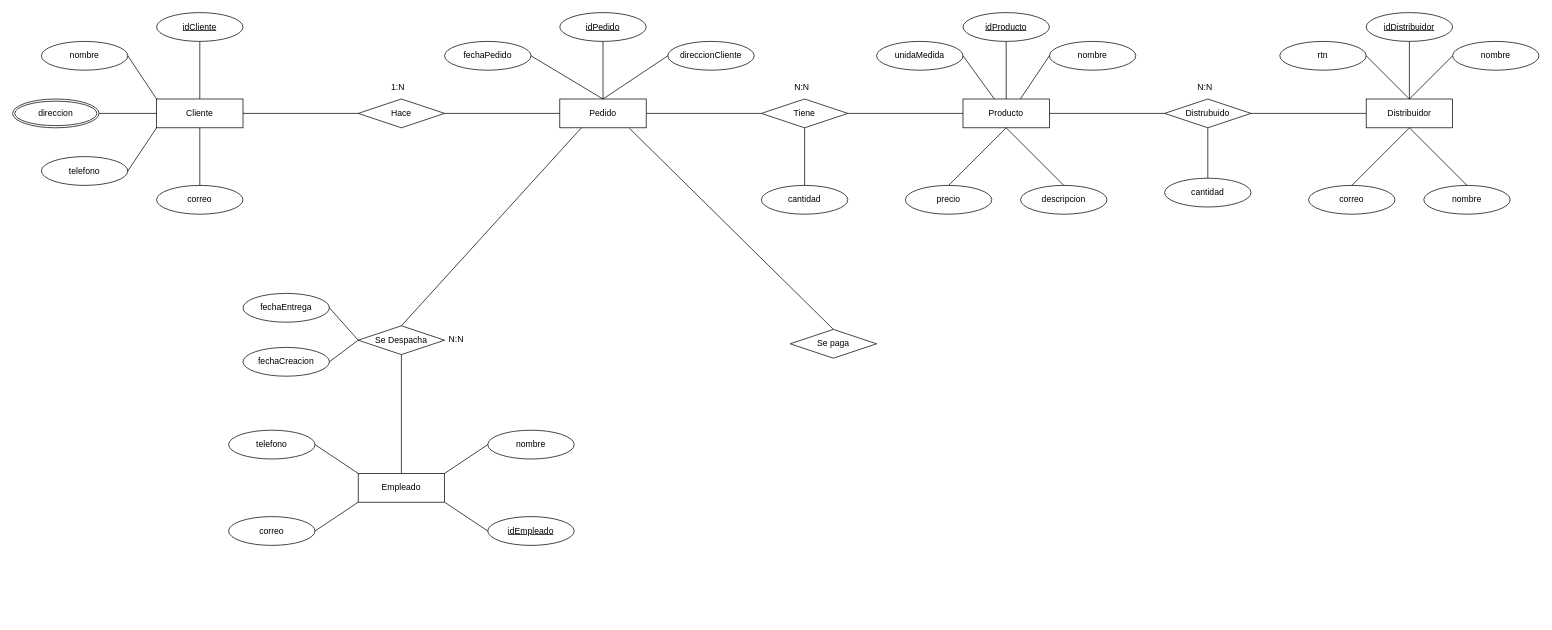
Before: Tarea7E-R.drawio in iamchapita/Bodega-Empresa-Pesquera, a draw.io diagram. Source tidied: cells renumbered, new cells numbered last; positions are measured from the earlier drawing's top-left corner, leaving out a move shared by most shapes. Both pictures are drawn from the tidied source at 72%, with x=0, y=0 at pixel (12, 12).
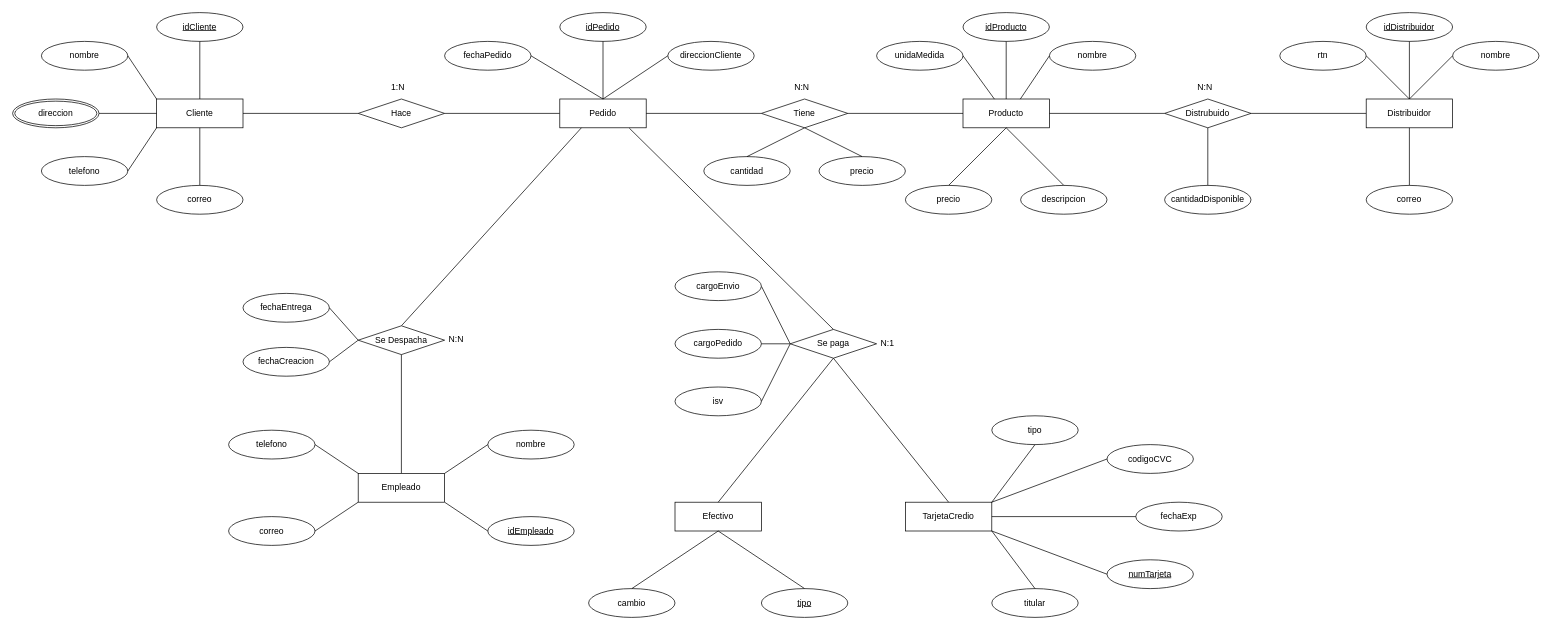
The same page after the edit.

The change refers to these unchanged cells:
```xml
<mxCell id="44" value="Distribuidor" style="whiteSpace=wrap;html=1;align=center;" parent="1" vertex="1">
  <mxGeometry x="1880" y="120" width="120" height="40" as="geometry" />
</mxCell>
<mxCell id="75" value="Se paga" style="shape=rhombus;perimeter=rhombusPerimeter;whiteSpace=wrap;html=1;align=center;" parent="1" vertex="1">
  <mxGeometry x="1080" y="440" width="120" height="40" as="geometry" />
</mxCell>
```

Change to the diagram source:
```diff
@@
     <mxCell id="28" value="&lt;div&gt;cantidad&lt;/div&gt;" style="ellipse;whiteSpace=wrap;html=1;align=center;" parent="1" vertex="1">
-      <mxGeometry x="1040" y="240" width="120" height="40" as="geometry" />
+      <mxGeometry x="960" y="200" width="120" height="40" as="geometry" />
     </mxCell>
@@
-    <mxCell id="45" value="cantidad" style="ellipse;whiteSpace=wrap;html=1;align=center;" parent="1" vertex="1">
-      <mxGeometry x="1600" y="230" width="120" height="40" as="geometry" />
+    <mxCell id="45" value="cantidadDisponible" style="ellipse;whiteSpace=wrap;html=1;align=center;" parent="1" vertex="1">
+      <mxGeometry x="1600" y="240" width="120" height="40" as="geometry" />
     </mxCell>
@@
     <mxCell id="51" value="&lt;div&gt;correo&lt;/div&gt;" style="ellipse;whiteSpace=wrap;html=1;align=center;" parent="1" vertex="1">
-      <mxGeometry x="1800" y="240" width="120" height="40" as="geometry" />
+      <mxGeometry x="1880" y="240" width="120" height="40" as="geometry" />
     </mxCell>
-    <mxCell id="52" value="nombre" style="ellipse;whiteSpace=wrap;html=1;align=center;" parent="1" vertex="1">
-      <mxGeometry x="1960" y="240" width="120" height="40" as="geometry" />
-    </mxCell>
@@
-    <mxCell id="57" style="endArrow=none;html=1;rounded=0;exitX=0.5;exitY=1;exitDx=0;exitDy=0;entryX=0.5;entryY=0;entryDx=0;entryDy=0;" parent="1" edge="1" source="44" target="52">
-      <mxGeometry relative="1" as="geometry" />
-    </mxCell>
@@
+    <mxCell id="77" style="endArrow=none;html=1;rounded=0;exitX=0;exitY=0.5;exitDx=0;exitDy=0;entryX=1;entryY=0.5;entryDx=0;entryDy=0;" parent="1" edge="1" source="75" target="79">
+      <mxGeometry relative="1" as="geometry" />
+    </mxCell>
+    <mxCell id="78" value="N:1" style="text;strokeColor=none;fillColor=none;spacingLeft=4;spacingRight=4;overflow=hidden;fontSize=12;" parent="1" vertex="1">
+      <mxGeometry x="1200" y="445" width="40" height="30" as="geometry" />
+    </mxCell>
+    <mxCell id="79" value="cargoEnvio" style="ellipse;whiteSpace=wrap;html=1;align=center;" parent="1" vertex="1">
+      <mxGeometry x="920" y="360" width="120" height="40" as="geometry" />
+    </mxCell>
+    <mxCell id="80" value="cargoPedido" style="ellipse;whiteSpace=wrap;html=1;align=center;" parent="1" vertex="1">
+      <mxGeometry x="920" y="440" width="120" height="40" as="geometry" />
+    </mxCell>
+    <mxCell id="81" style="endArrow=none;html=1;rounded=0;exitX=1;exitY=0.5;exitDx=0;exitDy=0;entryX=0;entryY=0.5;entryDx=0;entryDy=0;" parent="1" edge="1" source="80" target="75">
+      <mxGeometry relative="1" as="geometry" />
+    </mxCell>
+    <mxCell id="82" value="isv" style="ellipse;whiteSpace=wrap;html=1;align=center;" parent="1" vertex="1">
+      <mxGeometry x="920" y="520" width="120" height="40" as="geometry" />
+    </mxCell>
+    <mxCell id="83" style="endArrow=none;html=1;rounded=0;exitX=1;exitY=0.5;exitDx=0;exitDy=0;" parent="1" edge="1" source="82">
+      <mxGeometry relative="1" as="geometry">
+        <mxPoint x="1080" y="460" as="targetPoint" />
+      </mxGeometry>
+    </mxCell>
+    <mxCell id="84" value="Efectivo" style="whiteSpace=wrap;html=1;align=center;" parent="1" vertex="1">
+      <mxGeometry x="920" y="680" width="120" height="40" as="geometry" />
+    </mxCell>
+    <mxCell id="85" value="TarjetaCredio" style="whiteSpace=wrap;html=1;align=center;" parent="1" vertex="1">
+      <mxGeometry x="1240" y="680" width="120" height="40" as="geometry" />
+    </mxCell>
+    <mxCell id="86" style="endArrow=none;html=1;rounded=0;entryX=0.5;entryY=1;entryDx=0;entryDy=0;exitX=0.5;exitY=0;exitDx=0;exitDy=0;" parent="1" edge="1" source="84">
+      <mxGeometry relative="1" as="geometry">
+        <mxPoint x="1140" y="480" as="targetPoint" />
+      </mxGeometry>
+    </mxCell>
+    <mxCell id="87" style="endArrow=none;html=1;rounded=0;exitX=0.5;exitY=1;exitDx=0;exitDy=0;entryX=0.5;entryY=0;entryDx=0;entryDy=0;" parent="1" edge="1" target="85">
+      <mxGeometry relative="1" as="geometry">
+        <mxPoint x="1140" y="480" as="sourcePoint" />
+      </mxGeometry>
+    </mxCell>
+    <mxCell id="88" value="cambio" style="ellipse;whiteSpace=wrap;html=1;align=center;" parent="1" vertex="1">
+      <mxGeometry x="800" y="800" width="120" height="40" as="geometry" />
+    </mxCell>
+    <mxCell id="89" value="titular" style="ellipse;whiteSpace=wrap;html=1;align=center;" parent="1" vertex="1">
+      <mxGeometry x="1360" y="800" width="120" height="40" as="geometry" />
+    </mxCell>
+    <mxCell id="90" value="fechaExp" style="ellipse;whiteSpace=wrap;html=1;align=center;" parent="1" vertex="1">
+      <mxGeometry x="1560" y="680" width="120" height="40" as="geometry" />
+    </mxCell>
+    <mxCell id="91" value="codigoCVC" style="ellipse;whiteSpace=wrap;html=1;align=center;" parent="1" vertex="1">
+      <mxGeometry x="1520" y="600" width="120" height="40" as="geometry" />
+    </mxCell>
+    <mxCell id="92" style="endArrow=none;html=1;rounded=0;exitX=1;exitY=0;exitDx=0;exitDy=0;entryX=0.5;entryY=1;entryDx=0;entryDy=0;" parent="1" edge="1" source="85">
+      <mxGeometry relative="1" as="geometry">
+        <mxPoint x="1420" y="600" as="targetPoint" />
+      </mxGeometry>
+    </mxCell>
+    <mxCell id="93" style="endArrow=none;html=1;rounded=0;exitX=1;exitY=0;exitDx=0;exitDy=0;entryX=0;entryY=0.5;entryDx=0;entryDy=0;" parent="1" edge="1" source="85" target="91">
+      <mxGeometry relative="1" as="geometry" />
+    </mxCell>
+    <mxCell id="94" style="endArrow=none;html=1;rounded=0;exitX=1;exitY=1;exitDx=0;exitDy=0;entryX=0.5;entryY=0;entryDx=0;entryDy=0;" parent="1" edge="1" source="85" target="89">
+      <mxGeometry relative="1" as="geometry" />
+    </mxCell>
+    <mxCell id="95" style="endArrow=none;html=1;rounded=0;entryX=0;entryY=0.5;entryDx=0;entryDy=0;exitX=1;exitY=1;exitDx=0;exitDy=0;" parent="1" edge="1" source="85">
+      <mxGeometry relative="1" as="geometry">
+        <mxPoint x="1520" y="780" as="targetPoint" />
+      </mxGeometry>
+    </mxCell>
+    <mxCell id="96" style="endArrow=none;html=1;rounded=0;entryX=0;entryY=0.5;entryDx=0;entryDy=0;exitX=1;exitY=0.5;exitDx=0;exitDy=0;" parent="1" edge="1" source="85" target="90">
+      <mxGeometry relative="1" as="geometry" />
+    </mxCell>
+    <mxCell id="97" style="endArrow=none;html=1;rounded=0;entryX=0.5;entryY=1;entryDx=0;entryDy=0;exitX=0.5;exitY=0;exitDx=0;exitDy=0;" parent="1" edge="1" source="88" target="84">
+      <mxGeometry relative="1" as="geometry" />
+    </mxCell>
+    <mxCell id="98" value="precio" style="ellipse;whiteSpace=wrap;html=1;align=center;" parent="1" vertex="1">
+      <mxGeometry x="1120" y="200" width="120" height="40" as="geometry" />
+    </mxCell>
+    <mxCell id="99" style="endArrow=none;html=1;rounded=0;entryX=0.5;entryY=0;entryDx=0;entryDy=0;" parent="1" edge="1" target="98">
+      <mxGeometry relative="1" as="geometry">
+        <mxPoint x="1100" y="160" as="sourcePoint" />
+      </mxGeometry>
+    </mxCell>
+    <mxCell id="100" value="tipo" style="ellipse;whiteSpace=wrap;html=1;align=center;fontStyle=4;" parent="1" vertex="1">
+      <mxGeometry x="1040" y="800" width="120" height="40" as="geometry" />
+    </mxCell>
+    <mxCell id="101" style="endArrow=none;html=1;rounded=0;entryX=0.5;entryY=0;entryDx=0;entryDy=0;" parent="1" edge="1" target="100">
+      <mxGeometry relative="1" as="geometry">
+        <mxPoint x="980" y="720" as="sourcePoint" />
+      </mxGeometry>
+    </mxCell>
+    <mxCell id="102" value="numTarjeta" style="ellipse;whiteSpace=wrap;html=1;align=center;fontStyle=4;" parent="1" vertex="1">
+      <mxGeometry x="1520" y="760" width="120" height="40" as="geometry" />
+    </mxCell>
+    <mxCell id="103" value="tipo" style="ellipse;whiteSpace=wrap;html=1;align=center;" parent="1" vertex="1">
+      <mxGeometry x="1360" y="560" width="120" height="40" as="geometry" />
+    </mxCell>
```
